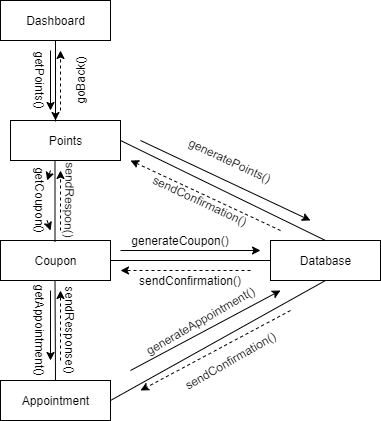
Earlier version of the draw.io export Diagrams/Collaboration Diagrams/COL_28_29_Discount Points-Use Coupon.png (kkasharaj17/SE-project). Source tidied: cells renumbered, new cells last; positions are measured from the earlier drawing's top-left corner, leaving out a move shared by most shapes.
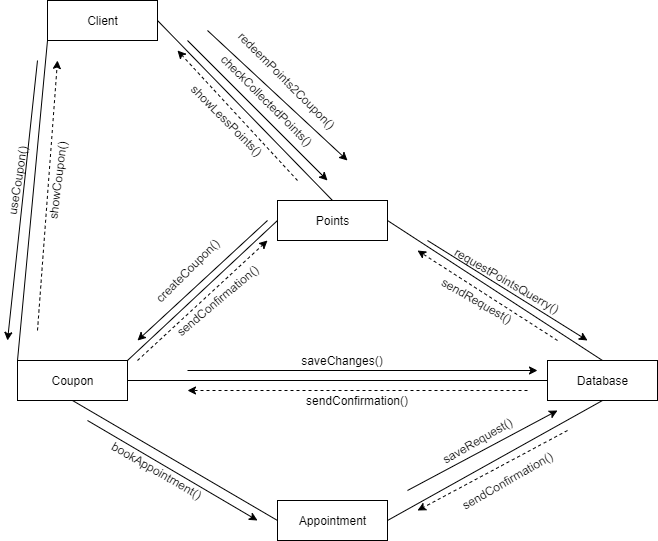
Later version of the same file.

Change to the diagram source:
```diff
@@ -2,19 +2,14 @@
   <root>
     <mxCell id="0" />
     <mxCell id="1" parent="0" />
-    <mxCell id="2" style="edgeStyle=orthogonalEdgeStyle;rounded=0;jettySize=auto;html=1;" parent="1" edge="1" source="3">
-      <mxGeometry relative="1" as="geometry">
-        <mxPoint x="55" y="120" as="targetPoint" />
-      </mxGeometry>
-    </mxCell>
-    <mxCell id="3" value="Dashboard" style="html=1;" parent="1" vertex="1">
-      <mxGeometry width="110" height="40" as="geometry" />
+    <mxCell id="3" value="Client" style="html=1;" parent="1" vertex="1">
+      <mxGeometry x="-230" y="-120" width="110" height="40" as="geometry" />
     </mxCell>
     <mxCell id="4" value="Points" style="html=1;" parent="1" vertex="1">
-      <mxGeometry x="10" y="120" width="110" height="40" as="geometry" />
+      <mxGeometry y="80" width="110" height="40" as="geometry" />
     </mxCell>
     <mxCell id="5" value="Coupon" style="html=1;" parent="1" vertex="1">
-      <mxGeometry y="240" width="110" height="40" as="geometry" />
+      <mxGeometry x="-260" y="240" width="110" height="40" as="geometry" />
     </mxCell>
     <mxCell id="6" value="Appointment" style="html=1;" parent="1" vertex="1">
       <mxGeometry y="380" width="110" height="40" as="geometry" />
@@ -33,39 +28,18 @@
     <mxCell id="10" style="endArrow=none;html=1;exitX=1;exitY=0.5;exitDx=0;exitDy=0;entryX=0.5;entryY=1;entryDx=0;entryDy=0;" parent="1" edge="1" source="6" target="7">
       <mxGeometry relative="1" as="geometry" />
     </mxCell>
-    <mxCell id="11" style="endArrow=none;html=1;entryX=0.5;entryY=1;entryDx=0;entryDy=0;" parent="1" edge="1" target="3">
-      <mxGeometry relative="1" as="geometry">
-        <mxPoint x="55" y="121" as="sourcePoint" />
-      </mxGeometry>
-    </mxCell>
-    <mxCell id="12" style="endArrow=none;html=1;entryX=0.5;entryY=1;entryDx=0;entryDy=0;" parent="1" edge="1">
-      <mxGeometry relative="1" as="geometry">
-        <mxPoint x="54.5" y="241" as="sourcePoint" />
-        <mxPoint x="54.5" y="160" as="targetPoint" />
-      </mxGeometry>
+    <mxCell id="12" style="endArrow=none;html=1;entryX=0;entryY=0.5;entryDx=0;entryDy=0;exitX=1;exitY=0;exitDx=0;exitDy=0;" parent="1" edge="1" source="5" target="4">
+      <mxGeometry relative="1" as="geometry" />
     </mxCell>
-    <mxCell id="13" style="endArrow=none;html=1;entryX=0.5;entryY=1;entryDx=0;entryDy=0;exitX=0.5;exitY=0;exitDx=0;exitDy=0;" parent="1" edge="1" source="6">
-      <mxGeometry relative="1" as="geometry">
-        <mxPoint x="54.5" y="280" as="targetPoint" />
-      </mxGeometry>
+    <mxCell id="13" style="endArrow=none;html=1;entryX=0.5;entryY=1;entryDx=0;entryDy=0;exitX=0;exitY=0.5;exitDx=0;exitDy=0;" parent="1" edge="1" source="6" target="5">
+      <mxGeometry relative="1" as="geometry" />
     </mxCell>
     <mxCell id="14" style="endArrow=classic;html=1;" parent="1" edge="1">
       <mxGeometry relative="1" as="geometry">
-        <mxPoint x="50" y="50" as="sourcePoint" />
-        <mxPoint x="50" y="110" as="targetPoint" />
+        <mxPoint x="-90" y="-80" as="sourcePoint" />
+        <mxPoint x="50" y="60" as="targetPoint" />
       </mxGeometry>
     </mxCell>
-    <mxCell id="15" style="endArrow=classic;html=1;" parent="1" edge="1" source="30">
-      <mxGeometry relative="1" as="geometry">
-        <mxPoint x="50" y="230" as="targetPoint" />
-      </mxGeometry>
-    </mxCell>
-    <mxCell id="16" style="endArrow=classic;html=1;" parent="1" edge="1">
-      <mxGeometry relative="1" as="geometry">
-        <mxPoint x="50" y="290" as="sourcePoint" />
-        <mxPoint x="50" y="360" as="targetPoint" />
-      </mxGeometry>
-    </mxCell>
     <mxCell id="17" style="endArrow=classic;html=1;" parent="1" edge="1">
       <mxGeometry relative="1" as="geometry">
         <mxPoint x="130" y="370" as="sourcePoint" />
@@ -74,32 +48,26 @@
     </mxCell>
     <mxCell id="18" style="endArrow=classic;html=1;" parent="1" edge="1">
       <mxGeometry relative="1" as="geometry">
-        <mxPoint x="120" y="250" as="sourcePoint" />
+        <mxPoint x="-90" y="250" as="sourcePoint" />
         <mxPoint x="260" y="250" as="targetPoint" />
       </mxGeometry>
     </mxCell>
     <mxCell id="19" style="endArrow=classic;html=1;" parent="1" edge="1">
       <mxGeometry relative="1" as="geometry">
-        <mxPoint x="140" y="140" as="sourcePoint" />
+        <mxPoint x="150" y="120" as="sourcePoint" />
         <mxPoint x="310" y="220" as="targetPoint" />
       </mxGeometry>
     </mxCell>
-    <mxCell id="20" style="endArrow=classic;html=1;dashed=1;" parent="1" edge="1">
-      <mxGeometry relative="1" as="geometry">
-        <mxPoint x="60" y="110" as="sourcePoint" />
-        <mxPoint x="60" y="50" as="targetPoint" />
-      </mxGeometry>
-    </mxCell>
     <mxCell id="21" style="endArrow=classic;html=1;dashed=1;" parent="1" edge="1">
       <mxGeometry relative="1" as="geometry">
-        <mxPoint x="280" y="230" as="sourcePoint" />
-        <mxPoint x="130" y="160" as="targetPoint" />
+        <mxPoint x="280" y="220" as="sourcePoint" />
+        <mxPoint x="140" y="130" as="targetPoint" />
       </mxGeometry>
     </mxCell>
     <mxCell id="22" style="endArrow=classic;html=1;dashed=1;" parent="1" edge="1">
       <mxGeometry relative="1" as="geometry">
         <mxPoint x="250" y="270" as="sourcePoint" />
-        <mxPoint x="120" y="270" as="targetPoint" />
+        <mxPoint x="-90" y="270" as="targetPoint" />
       </mxGeometry>
     </mxCell>
     <mxCell id="23" style="endArrow=classic;html=1;dashed=1;" parent="1" edge="1">
@@ -108,58 +76,95 @@
         <mxPoint x="140" y="390" as="targetPoint" />
       </mxGeometry>
     </mxCell>
-    <mxCell id="24" style="endArrow=classic;html=1;dashed=1;" parent="1" edge="1">
-      <mxGeometry relative="1" as="geometry">
-        <mxPoint x="60" y="230" as="sourcePoint" />
-        <mxPoint x="60" y="170" as="targetPoint" />
-      </mxGeometry>
-    </mxCell>
-    <mxCell id="25" style="endArrow=classic;html=1;dashed=1;" parent="1" edge="1">
-      <mxGeometry relative="1" as="geometry">
-        <mxPoint x="60" y="360" as="sourcePoint" />
-        <mxPoint x="60" y="290" as="targetPoint" />
-      </mxGeometry>
-    </mxCell>
-    <mxCell id="26" value="getPoints()" style="text;html=1;strokeColor=none;fillColor=none;align=center;verticalAlign=middle;whiteSpace=wrap;rounded=0;rotation=90;" parent="1" vertex="1">
-      <mxGeometry x="20" y="70" width="40" height="20" as="geometry" />
+    <mxCell id="26" value="checkCollectedPoints()" style="text;html=1;strokeColor=none;fillColor=none;align=center;verticalAlign=middle;whiteSpace=wrap;rounded=0;rotation=45;" parent="1" vertex="1">
+      <mxGeometry x="-30" y="-30" width="40" height="20" as="geometry" />
     </mxCell>
-    <mxCell id="27" value="goBack()" style="text;html=1;strokeColor=none;fillColor=none;align=center;verticalAlign=middle;whiteSpace=wrap;rounded=0;rotation=-90;" parent="1" vertex="1">
-      <mxGeometry x="60" y="70" width="40" height="20" as="geometry" />
-    </mxCell>
-    <mxCell id="28" value="generatePoints()" style="text;html=1;strokeColor=none;fillColor=none;align=center;verticalAlign=middle;whiteSpace=wrap;rounded=0;rotation=25;" parent="1" vertex="1">
+    <mxCell id="28" value="requestPointsQuerry()" style="text;html=1;strokeColor=none;fillColor=none;align=center;verticalAlign=middle;whiteSpace=wrap;rounded=0;rotation=30;" parent="1" vertex="1">
       <mxGeometry x="210" y="150" width="40" height="20" as="geometry" />
     </mxCell>
     <mxCell id="29" value="sendConfirmation()" style="text;html=1;strokeColor=none;fillColor=none;align=center;verticalAlign=middle;whiteSpace=wrap;rounded=0;rotation=0;" parent="1" vertex="1">
-      <mxGeometry x="170" y="270" width="40" height="20" as="geometry" />
+      <mxGeometry x="60" y="270" width="40" height="20" as="geometry" />
     </mxCell>
-    <mxCell id="30" value="getCoupon()" style="text;html=1;strokeColor=none;fillColor=none;align=center;verticalAlign=middle;whiteSpace=wrap;rounded=0;rotation=90;" parent="1" vertex="1">
-      <mxGeometry x="20" y="190" width="40" height="20" as="geometry" />
-    </mxCell>
-    <mxCell id="31" style="endArrow=classic;html=1;" parent="1" edge="1" target="30">
-      <mxGeometry relative="1" as="geometry">
-        <mxPoint x="50" y="170" as="sourcePoint" />
-      </mxGeometry>
-    </mxCell>
-    <mxCell id="32" value="generateCoupon()" style="text;html=1;strokeColor=none;fillColor=none;align=center;verticalAlign=middle;whiteSpace=wrap;rounded=0;rotation=0;" parent="1" vertex="1">
-      <mxGeometry x="160" y="230" width="40" height="20" as="geometry" />
+    <mxCell id="32" value="saveChanges()" style="text;html=1;strokeColor=none;fillColor=none;align=center;verticalAlign=middle;whiteSpace=wrap;rounded=0;rotation=0;" parent="1" vertex="1">
+      <mxGeometry x="45" y="230" width="40" height="20" as="geometry" />
     </mxCell>
     <mxCell id="33" value="sendConfirmation()" style="text;html=1;strokeColor=none;fillColor=none;align=center;verticalAlign=middle;whiteSpace=wrap;rounded=0;rotation=-30;" parent="1" vertex="1">
       <mxGeometry x="210" y="350" width="40" height="20" as="geometry" />
     </mxCell>
-    <mxCell id="34" value="sendConfirmation()" style="text;html=1;strokeColor=none;fillColor=none;align=center;verticalAlign=middle;whiteSpace=wrap;rounded=0;rotation=25;" parent="1" vertex="1">
-      <mxGeometry x="180" y="190" width="40" height="20" as="geometry" />
+    <mxCell id="34" value="sendRequest()" style="text;html=1;strokeColor=none;fillColor=none;align=center;verticalAlign=middle;whiteSpace=wrap;rounded=0;rotation=30;" parent="1" vertex="1">
+      <mxGeometry x="180" y="170" width="40" height="20" as="geometry" />
     </mxCell>
-    <mxCell id="35" value="generateAppointment()" style="text;html=1;strokeColor=none;fillColor=none;align=center;verticalAlign=middle;whiteSpace=wrap;rounded=0;rotation=-30;" parent="1" vertex="1">
+    <mxCell id="35" value="saveRequest()" style="text;html=1;strokeColor=none;fillColor=none;align=center;verticalAlign=middle;whiteSpace=wrap;rounded=0;rotation=-30;" parent="1" vertex="1">
       <mxGeometry x="180" y="310" width="40" height="20" as="geometry" />
     </mxCell>
-    <mxCell id="36" value="getAppointment()" style="text;html=1;strokeColor=none;fillColor=none;align=center;verticalAlign=middle;whiteSpace=wrap;rounded=0;rotation=90;" parent="1" vertex="1">
-      <mxGeometry x="20" y="320" width="40" height="20" as="geometry" />
-    </mxCell>
-    <mxCell id="37" value="sendRespon()" style="text;html=1;strokeColor=none;fillColor=none;align=center;verticalAlign=middle;whiteSpace=wrap;rounded=0;rotation=91;" parent="1" vertex="1">
-      <mxGeometry x="65" y="190" width="10" height="20" as="geometry" />
-    </mxCell>
-    <mxCell id="38" value="sendResponse()" style="text;html=1;strokeColor=none;fillColor=none;align=center;verticalAlign=middle;whiteSpace=wrap;rounded=0;rotation=90;" parent="1" vertex="1">
-      <mxGeometry x="50" y="320" width="40" height="20" as="geometry" />
-    </mxCell>
+    <mxCell id="39" style="endArrow=classic;html=1;" parent="1" edge="1">
+      <mxGeometry relative="1" as="geometry">
+        <mxPoint x="-70" y="-90" as="sourcePoint" />
+        <mxPoint x="70" y="40" as="targetPoint" />
+      </mxGeometry>
+    </mxCell>
+    <mxCell id="40" value="redeemPoints2Coupon()" style="text;html=1;strokeColor=none;fillColor=none;align=center;verticalAlign=middle;whiteSpace=wrap;rounded=0;rotation=45;" parent="1" vertex="1">
+      <mxGeometry x="-10" y="-50" width="40" height="20" as="geometry" />
+    </mxCell>
+    <mxCell id="41" style="endArrow=classic;html=1;" parent="1" edge="1">
+      <mxGeometry relative="1" as="geometry">
+        <mxPoint x="-10" y="100" as="sourcePoint" />
+        <mxPoint x="-140" y="220" as="targetPoint" />
+      </mxGeometry>
+    </mxCell>
+    <mxCell id="42" value="createCoupon()" style="text;html=1;strokeColor=none;fillColor=none;align=center;verticalAlign=middle;whiteSpace=wrap;rounded=0;rotation=-45;" parent="1" vertex="1">
+      <mxGeometry x="-110" y="140" width="40" height="20" as="geometry" />
+    </mxCell>
+    <mxCell id="43" style="endArrow=none;html=1;exitX=0;exitY=0;exitDx=0;exitDy=0;entryX=0;entryY=1;entryDx=0;entryDy=0;" parent="1" edge="1" source="5" target="3">
+      <mxGeometry relative="1" as="geometry" />
+    </mxCell>
+    <mxCell id="44" style="endArrow=none;html=1;exitX=0.5;exitY=0;exitDx=0;exitDy=0;entryX=1;entryY=0.5;entryDx=0;entryDy=0;" parent="1" edge="1" source="4" target="3">
+      <mxGeometry relative="1" as="geometry" />
+    </mxCell>
+    <mxCell id="45" style="endArrow=classic;html=1;" parent="1" edge="1">
+      <mxGeometry relative="1" as="geometry">
+        <mxPoint x="-240" y="-60" as="sourcePoint" />
+        <mxPoint x="-270" y="220" as="targetPoint" />
+      </mxGeometry>
+    </mxCell>
+    <mxCell id="46" value="useCoupon()" style="text;html=1;strokeColor=none;fillColor=none;align=center;verticalAlign=middle;whiteSpace=wrap;rounded=0;rotation=-81;" parent="1" vertex="1">
+      <mxGeometry x="-280" y="50" width="40" height="20" as="geometry" />
+    </mxCell>
+    <mxCell id="47" style="endArrow=classic;html=1;dashed=1;" parent="1" edge="1">
+      <mxGeometry relative="1" as="geometry">
+        <mxPoint x="-240" y="210" as="sourcePoint" />
+        <mxPoint x="-220" y="-60" as="targetPoint" />
+      </mxGeometry>
+    </mxCell>
+    <mxCell id="48" value="showCoupon()" style="text;html=1;strokeColor=none;fillColor=none;align=center;verticalAlign=middle;whiteSpace=wrap;rounded=0;rotation=-83;" parent="1" vertex="1">
+      <mxGeometry x="-240" y="50" width="40" height="20" as="geometry" />
+    </mxCell>
+    <mxCell id="49" value="sendConfirmation()" style="text;html=1;strokeColor=none;fillColor=none;align=center;verticalAlign=middle;whiteSpace=wrap;rounded=0;rotation=-40;" parent="1" vertex="1">
+      <mxGeometry x="-80" y="170" width="40" height="20" as="geometry" />
+    </mxCell>
+    <mxCell id="50" style="endArrow=classic;html=1;dashed=1;" parent="1" edge="1">
+      <mxGeometry relative="1" as="geometry">
+        <mxPoint x="-140" y="240" as="sourcePoint" />
+        <mxPoint x="-10" y="120" as="targetPoint" />
+      </mxGeometry>
+    </mxCell>
+    <mxCell id="51" style="endArrow=classic;html=1;" parent="1" edge="1">
+      <mxGeometry relative="1" as="geometry">
+        <mxPoint x="-190" y="300" as="sourcePoint" />
+        <mxPoint x="-20" y="400" as="targetPoint" />
+      </mxGeometry>
+    </mxCell>
+    <mxCell id="52" value="bookAppointment()" style="text;html=1;strokeColor=none;fillColor=none;align=center;verticalAlign=middle;whiteSpace=wrap;rounded=0;rotation=30;" parent="1" vertex="1">
+      <mxGeometry x="-140" y="340" width="40" height="20" as="geometry" />
+    </mxCell>
+    <mxCell id="53" style="endArrow=classic;html=1;dashed=1;" parent="1" edge="1">
+      <mxGeometry relative="1" as="geometry">
+        <mxPoint x="20" y="60" as="sourcePoint" />
+        <mxPoint x="-100" y="-70" as="targetPoint" />
+      </mxGeometry>
+    </mxCell>
+    <mxCell id="54" value="showLessPoints()" style="text;html=1;strokeColor=none;fillColor=none;align=center;verticalAlign=middle;whiteSpace=wrap;rounded=0;rotation=45;" parent="1" vertex="1">
+      <mxGeometry x="-70" y="-10" width="40" height="20" as="geometry" />
+    </mxCell>
   </root>
 </mxGraphModel>
```
